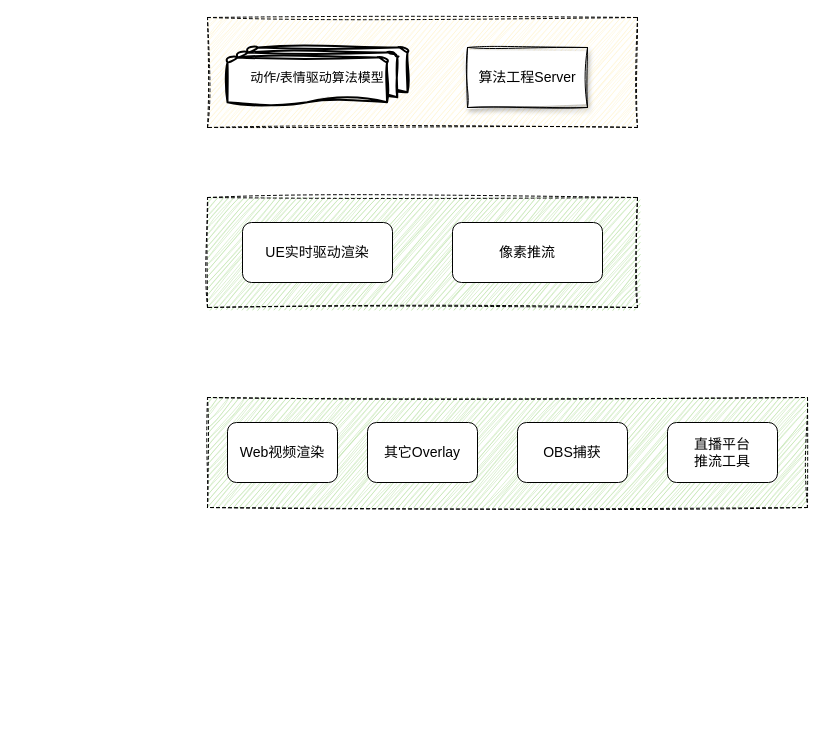
Before: 3d_live_streaming.drawio in skindhu/9GAG, a draw.io diagram. Source tidied: cells renumbered, new cells numbered last; positions are measured from the earlier drawing's top-left corner, leaving out a move shared by most shapes. Both pictures are drawn from the tidied source at 100%, with x=0, y=0 at pixel (207, 17).
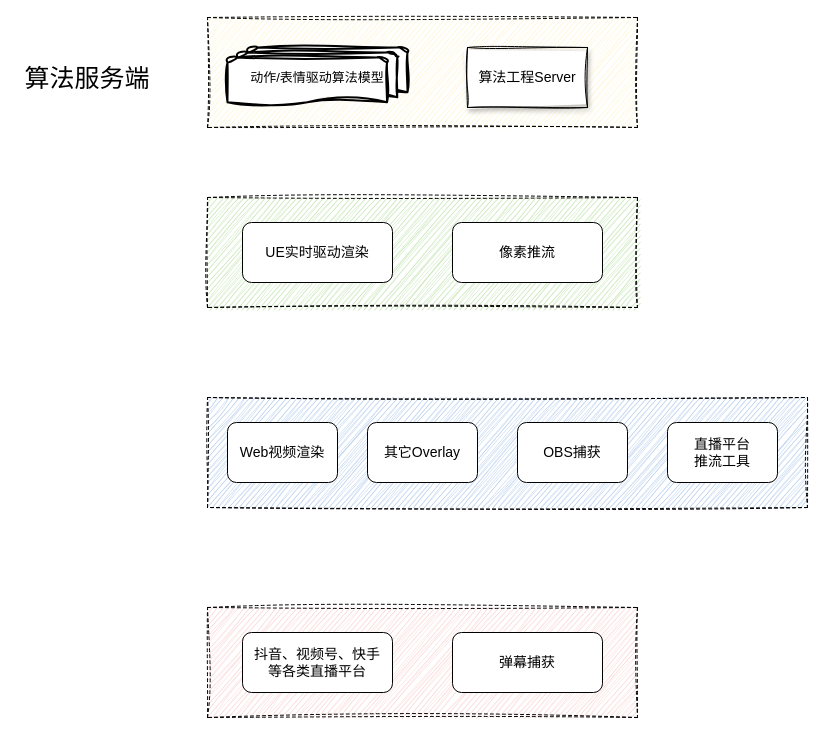
Above is the later version.

The edit, as a diff of the source:
```diff
@@
 <mxGraphModel>
   <root>
     <mxCell id="0" />
     <mxCell id="1" parent="0" />
     <mxCell id="2" style="rounded=0;whiteSpace=wrap;html=1;dashed=1;sketch=1;curveFitting=1;jiggle=2;fillColor=#B9E0A5;" parent="1" vertex="1">
       <mxGeometry y="180" width="430" height="110" as="geometry" />
     </mxCell>
     <mxCell id="3" style="rounded=0;whiteSpace=wrap;html=1;dashed=1;sketch=1;curveFitting=1;jiggle=2;fillColor=#FFF2CC;" parent="1" vertex="1">
       <mxGeometry width="430" height="110" as="geometry" />
     </mxCell>
     <mxCell id="4" value="动作/表情驱动算法模型" style="strokeWidth=2;html=1;shape=mxgraph.flowchart.multi-document;whiteSpace=wrap;sketch=1;curveFitting=1;jiggle=2;fontSize=13;" parent="1" vertex="1">
       <mxGeometry x="20" y="30" width="180" height="60" as="geometry" />
     </mxCell>
     <mxCell id="5" value="算法工程Server" style="rounded=0;whiteSpace=wrap;html=1;glass=0;sketch=1;curveFitting=1;jiggle=2;shadow=1;fontSize=14;" parent="1" vertex="1">
       <mxGeometry x="260" y="30" width="120" height="60" as="geometry" />
     </mxCell>
     <mxCell id="6" value="UE实时驱动渲染" style="rounded=1;whiteSpace=wrap;html=1;fontSize=14;" parent="1" vertex="1">
       <mxGeometry x="35" y="205" width="150" height="60" as="geometry" />
     </mxCell>
     <mxCell id="7" value="像素推流" style="rounded=1;whiteSpace=wrap;html=1;fontSize=14;" parent="1" vertex="1">
       <mxGeometry x="245" y="205" width="150" height="60" as="geometry" />
     </mxCell>
-    <mxCell id="8" style="rounded=0;whiteSpace=wrap;html=1;dashed=1;sketch=1;curveFitting=1;jiggle=2;fillColor=#B9E0A5;" parent="1" vertex="1">
+    <mxCell id="8" style="rounded=0;whiteSpace=wrap;html=1;dashed=1;sketch=1;curveFitting=1;jiggle=2;fillColor=#A9C4EB;" parent="1" vertex="1">
       <mxGeometry y="380" width="600" height="110" as="geometry" />
     </mxCell>
     <mxCell id="9" value="Web视频渲染" style="rounded=1;whiteSpace=wrap;html=1;fontSize=14;" parent="1" vertex="1">
       <mxGeometry x="20" y="405" width="110" height="60" as="geometry" />
     </mxCell>
     <mxCell id="10" value="其它Overlay" style="rounded=1;whiteSpace=wrap;html=1;fontSize=14;" parent="1" vertex="1">
       <mxGeometry x="160" y="405" width="110" height="60" as="geometry" />
     </mxCell>
     <mxCell id="11" value="OBS捕获" style="rounded=1;whiteSpace=wrap;html=1;fontSize=14;" parent="1" vertex="1">
       <mxGeometry x="310" y="405" width="110" height="60" as="geometry" />
     </mxCell>
     <mxCell id="12" value="直播平台&lt;br&gt;推流工具" style="rounded=1;whiteSpace=wrap;html=1;fontSize=14;" parent="1" vertex="1">
       <mxGeometry x="460" y="405" width="110" height="60" as="geometry" />
     </mxCell>
+    <mxCell id="13" style="rounded=0;whiteSpace=wrap;html=1;dashed=1;sketch=1;curveFitting=1;jiggle=2;fillColor=#F8CECC;" parent="1" vertex="1">
+      <mxGeometry y="590" width="430" height="110" as="geometry" />
+    </mxCell>
+    <mxCell id="14" value="抖音、视频号、快手&lt;br&gt;等各类直播平台" style="rounded=1;whiteSpace=wrap;html=1;fontSize=14;" parent="1" vertex="1">
+      <mxGeometry x="35" y="615" width="150" height="60" as="geometry" />
+    </mxCell>
+    <mxCell id="15" value="弹幕捕获" style="rounded=1;whiteSpace=wrap;html=1;fontSize=14;" parent="1" vertex="1">
+      <mxGeometry x="245" y="615" width="150" height="60" as="geometry" />
+    </mxCell>
+    <mxCell id="16" value="&lt;font style=&quot;font-size: 25px;&quot;&gt;算法服务端&lt;/font&gt;" style="text;html=1;strokeColor=none;fillColor=none;align=center;verticalAlign=middle;whiteSpace=wrap;rounded=0;fontSize=25;" parent="1" vertex="1">
+      <mxGeometry x="-190" y="45" width="140" height="30" as="geometry" />
+    </mxCell>
   </root>
 </mxGraphModel>
```
